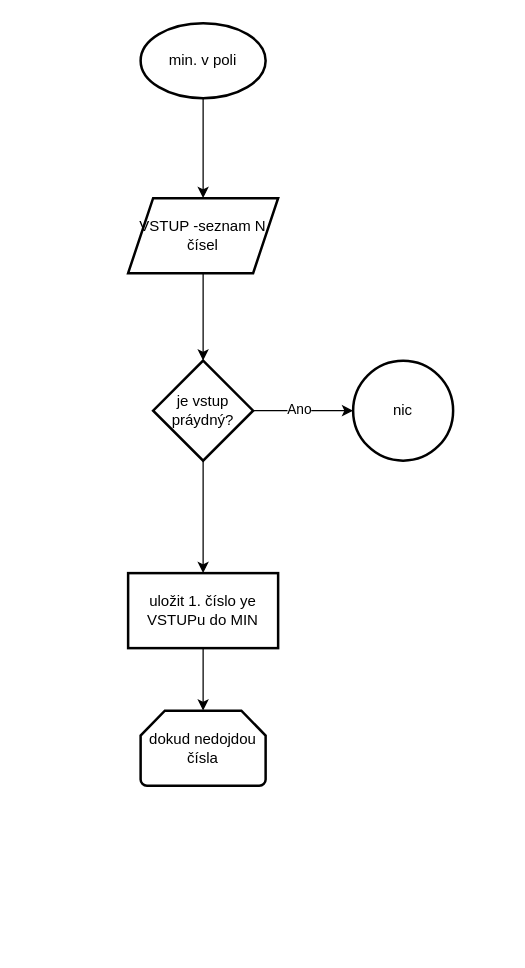
Earlier version of the draw.io diagram 2025_EP/Algoritmizace/VD/2025_EP_Minimum_Maximum_v_poli.drawio (JaroslavHolecek/SPS_for_students). Source tidied: cells renumbered, new cells numbered last; positions are measured from the earlier drawing's top-left corner, leaving out a move shared by most shapes. Both pictures are drawn from the tidied source at 125%, with x=0, y=0 at pixel (128, 22).
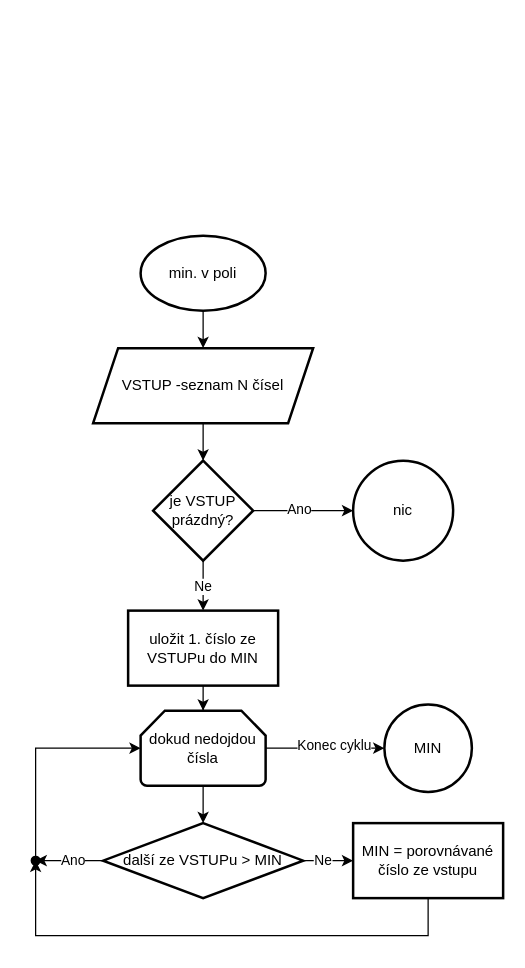
The same diagram, later.

Unchanged cells that the change refers to:
```xml
<mxCell id="8" style="edgeStyle=orthogonalEdgeStyle;rounded=0;jettySize=auto;html=1;" parent="1" edge="1" source="9" target="11">
  <mxGeometry relative="1" as="geometry" />
</mxCell>
<mxCell id="12" value="dokud nedojdou čísla" style="strokeWidth=2;html=1;shape=mxgraph.flowchart.loop_limit;whiteSpace=wrap;" parent="1" vertex="1">
  <mxGeometry x="10" y="550" width="100" height="60" as="geometry" />
</mxCell>
```

Change to the diagram source:
```diff
@@
     <mxCell id="3" value="min. v poli" style="strokeWidth=2;html=1;shape=mxgraph.flowchart.start_1;whiteSpace=wrap;" parent="1" vertex="1">
-      <mxGeometry x="10" width="100" height="60" as="geometry" />
+      <mxGeometry x="10" y="170" width="100" height="60" as="geometry" />
     </mxCell>
@@
     <mxCell id="5" value="VSTUP -seznam N čísel" style="shape=parallelogram;perimeter=parallelogramPerimeter;whiteSpace=wrap;html=1;fixedSize=1;strokeWidth=2;" parent="1" vertex="1">
-      <mxGeometry y="140" width="120" height="60" as="geometry" />
+      <mxGeometry x="-28" y="260" width="176" height="60" as="geometry" />
     </mxCell>
@@
+    <mxCell id="14" value="Ne" style="edgeLabel;html=1;align=center;verticalAlign=middle;" parent="8" vertex="1">
+      <mxGeometry x="-0.01" y="-1" relative="1" as="geometry" />
+    </mxCell>
-    <mxCell id="9" value="je vstup práydný?" style="rhombus;whiteSpace=wrap;html=1;strokeWidth=2;" parent="1" vertex="1">
-      <mxGeometry x="20" y="270" width="80" height="80" as="geometry" />
+    <mxCell id="9" value="je VSTUP prázdný?" style="rhombus;whiteSpace=wrap;html=1;strokeWidth=2;" parent="1" vertex="1">
+      <mxGeometry x="20" y="350" width="80" height="80" as="geometry" />
     </mxCell>
     <mxCell id="10" value="nic" style="ellipse;whiteSpace=wrap;html=1;strokeWidth=2;" parent="1" vertex="1">
-      <mxGeometry x="180" y="270" width="80" height="80" as="geometry" />
+      <mxGeometry x="180" y="350" width="80" height="80" as="geometry" />
     </mxCell>
-    <mxCell id="11" value="uložit 1. číslo ye VSTUPu do MIN" style="whiteSpace=wrap;html=1;strokeWidth=2;" parent="1" vertex="1">
-      <mxGeometry y="440" width="120" height="60" as="geometry" />
+    <mxCell id="11" value="uložit 1. číslo ze VSTUPu do MIN" style="whiteSpace=wrap;html=1;strokeWidth=2;" parent="1" vertex="1">
+      <mxGeometry y="470" width="120" height="60" as="geometry" />
     </mxCell>
+    <mxCell id="15" style="edgeStyle=orthogonalEdgeStyle;rounded=0;jettySize=auto;html=1;" parent="1" edge="1" source="12" target="18">
+      <mxGeometry relative="1" as="geometry" />
+    </mxCell>
+    <mxCell id="16" value="Konec cyklu" style="edgeLabel;html=1;align=center;verticalAlign=middle;" parent="15" vertex="1">
+      <mxGeometry x="0.14" y="3" relative="1" as="geometry" />
+    </mxCell>
+    <mxCell id="17" style="edgeStyle=orthogonalEdgeStyle;rounded=0;jettySize=auto;html=1;" parent="1" edge="1" source="12" target="23">
+      <mxGeometry relative="1" as="geometry" />
+    </mxCell>
@@
+    <mxCell id="18" value="MIN" style="strokeWidth=2;html=1;shape=mxgraph.flowchart.start_2;whiteSpace=wrap;" parent="1" vertex="1">
+      <mxGeometry x="205" y="545" width="70" height="70" as="geometry" />
+    </mxCell>
+    <mxCell id="19" style="edgeStyle=orthogonalEdgeStyle;rounded=0;jettySize=auto;html=1;" parent="1" edge="1" source="23" target="25">
+      <mxGeometry relative="1" as="geometry" />
+    </mxCell>
+    <mxCell id="20" value="Ne" style="edgeLabel;html=1;align=center;verticalAlign=middle;" parent="19" vertex="1">
+      <mxGeometry x="-0.24" y="1" relative="1" as="geometry" />
+    </mxCell>
+    <mxCell id="21" style="edgeStyle=orthogonalEdgeStyle;rounded=0;jettySize=auto;html=1;" parent="1" edge="1" source="23" target="27">
+      <mxGeometry relative="1" as="geometry" />
+    </mxCell>
+    <mxCell id="22" value="Ano" style="edgeLabel;html=1;align=center;verticalAlign=middle;" parent="21" vertex="1">
+      <mxGeometry x="-0.07" y="-1" relative="1" as="geometry" />
+    </mxCell>
+    <mxCell id="23" value="další ze VSTUPu &amp;gt; MIN" style="rhombus;whiteSpace=wrap;html=1;strokeWidth=2;" parent="1" vertex="1">
+      <mxGeometry x="-20" y="640" width="160" height="60" as="geometry" />
+    </mxCell>
+    <mxCell id="24" style="edgeStyle=orthogonalEdgeStyle;rounded=0;jettySize=auto;html=1;" parent="1" edge="1" source="25" target="27">
+      <mxGeometry relative="1" as="geometry">
+        <Array as="points">
+          <mxPoint x="240" y="730" />
+          <mxPoint x="-74" y="730" />
+        </Array>
+      </mxGeometry>
+    </mxCell>
+    <mxCell id="25" value="MIN = porovnávané číslo ze vstupu" style="whiteSpace=wrap;html=1;strokeWidth=2;" parent="1" vertex="1">
+      <mxGeometry x="180" y="640" width="120" height="60" as="geometry" />
+    </mxCell>
+    <mxCell id="26" style="edgeStyle=orthogonalEdgeStyle;rounded=0;jettySize=auto;html=1;" parent="1" edge="1" source="27" target="12">
+      <mxGeometry relative="1" as="geometry">
+        <Array as="points">
+          <mxPoint x="-74" y="580" />
+        </Array>
+      </mxGeometry>
+    </mxCell>
+    <mxCell id="27" style="shape=waypoint;sketch=0;size=6;points=[];fillColor=default;perimeter=centerPerimeter;snapToPoint=1;strokeWidth=2;" parent="1" vertex="1">
+      <mxGeometry x="-84" y="660" width="20" height="20" as="geometry" />
+    </mxCell>
```
